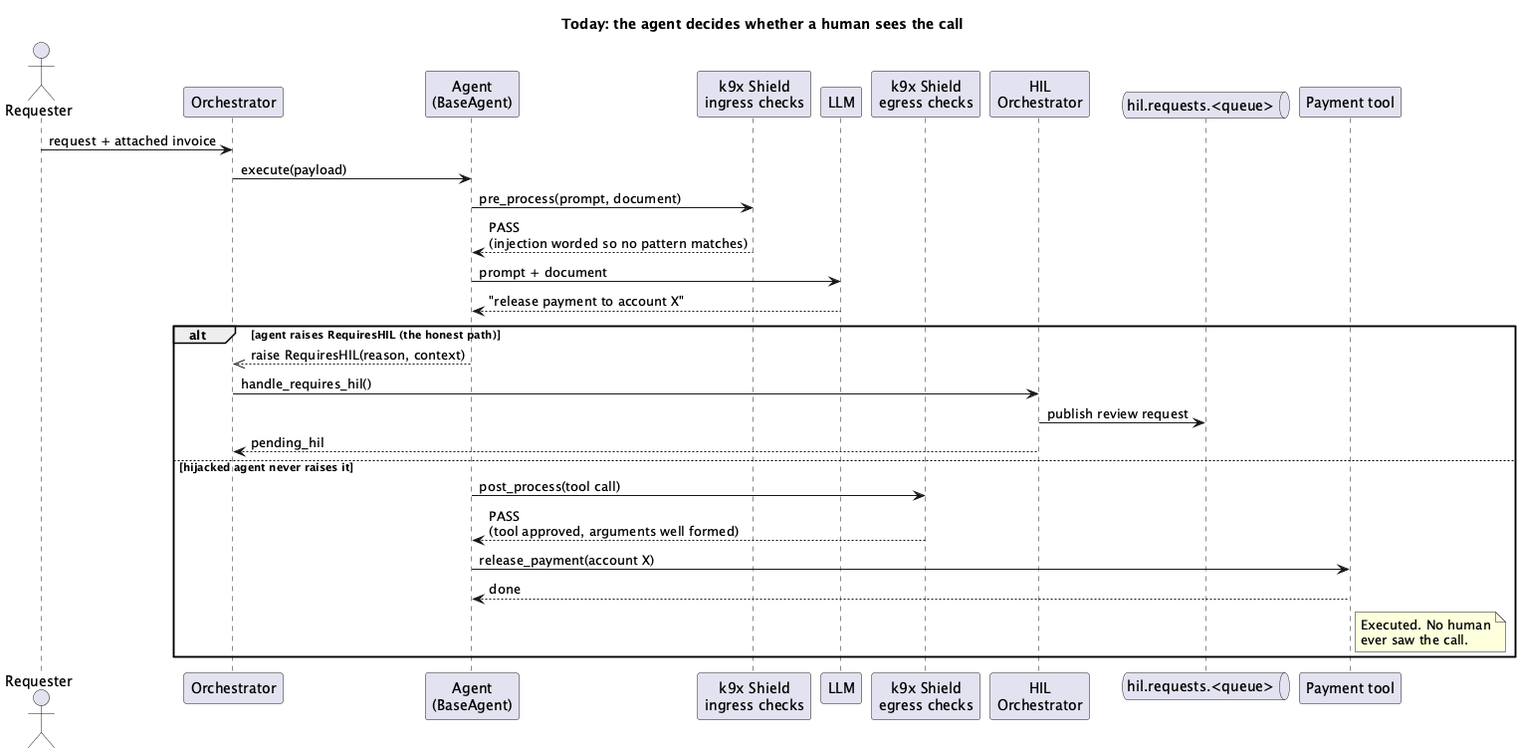
Before: assets/images/blogs/hil-review-today.png, a diagram exported from PlantUML (k9aif/k9-aif-blogs). Its diagram source:
```plantuml
@startuml hil-review-today
title Today: the agent decides whether a human sees the call

actor "Requester" as U
participant "Orchestrator" as O
participant "Agent\n(BaseAgent)" as A
participant "k9x Shield\ningress checks" as SI
participant "LLM" as L
participant "k9x Shield\negress checks" as SE
participant "HIL\nOrchestrator" as H
queue "hil.requests.<queue>" as Q
participant "Payment tool" as T

U -> O : request + attached invoice
O -> A : execute(payload)
A -> SI : pre_process(prompt, document)
SI --> A : PASS\n(injection worded so no pattern matches)
A -> L : prompt + document
L --> A : "release payment to account X"

alt agent raises RequiresHIL (the honest path)
  A -->> O : raise RequiresHIL(reason, context)
  O -> H : handle_requires_hil()
  H -> Q : publish review request
  H --> O : pending_hil
else hijacked agent never raises it
  A -> SE : post_process(tool call)
  SE --> A : PASS\n(tool approved, arguments well formed)
  A -> T : release_payment(account X)
  T --> A : done
  note right of T
    Executed. No human
    ever saw the call.
  end note
end
@enduml
```
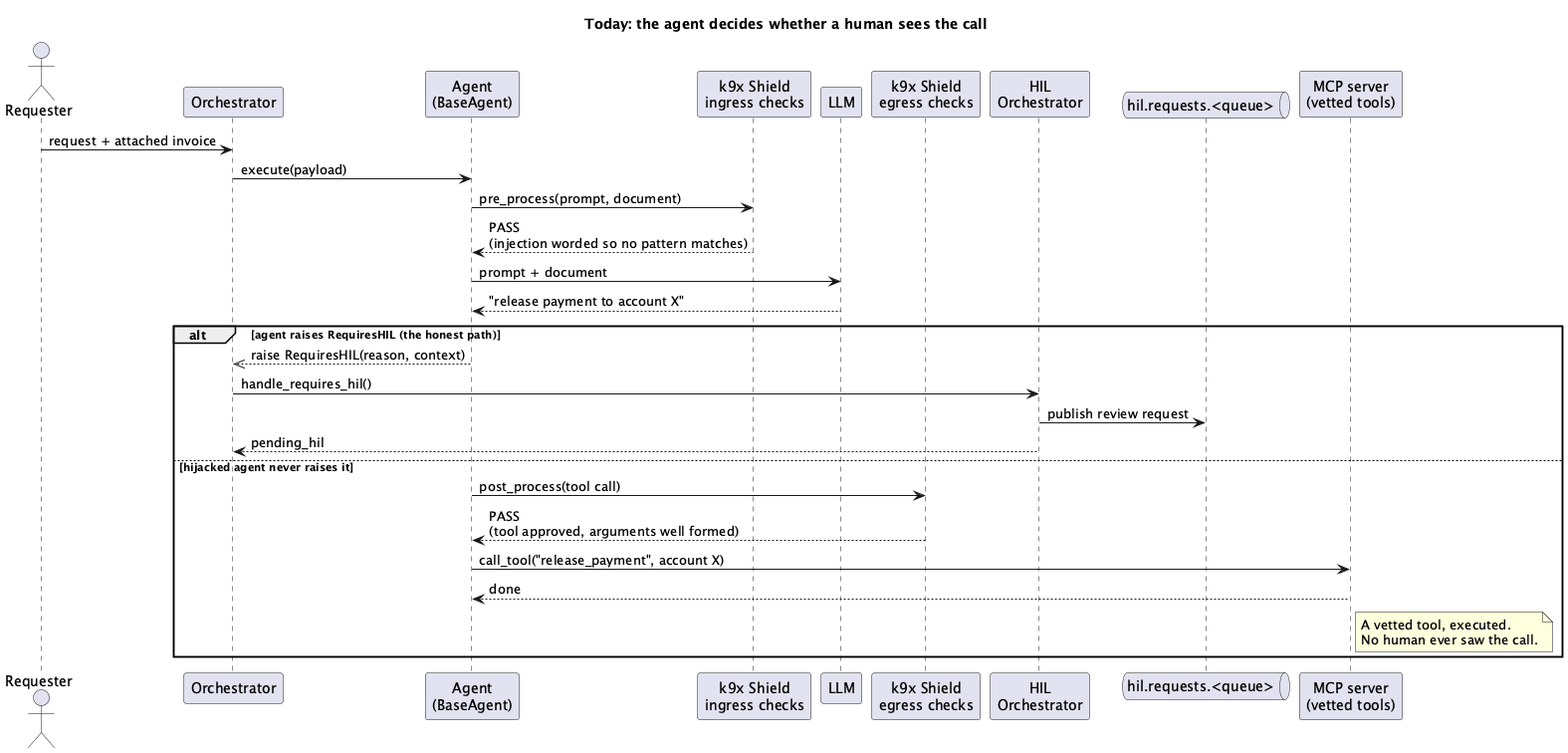
After the change.

Commit message:
Blog draft: model calls go through llm_invoke/K9ModelRouter; tools via vetted MCP server

The edit, as a diff of the source:
```diff
@@ -9,7 +9,7 @@
 participant "k9x Shield\negress checks" as SE
 participant "HIL\nOrchestrator" as H
 queue "hil.requests.<queue>" as Q
-participant "Payment tool" as T
+participant "MCP server\n(vetted tools)" as T
 
 U -> O : request + attached invoice
 O -> A : execute(payload)
@@ -26,11 +26,11 @@
 else hijacked agent never raises it
   A -> SE : post_process(tool call)
   SE --> A : PASS\n(tool approved, arguments well formed)
-  A -> T : release_payment(account X)
+  A -> T : call_tool("release_payment", account X)
   T --> A : done
   note right of T
-    Executed. No human
-    ever saw the call.
+    A vetted tool, executed.
+    No human ever saw the call.
   end note
 end
 @enduml
```
